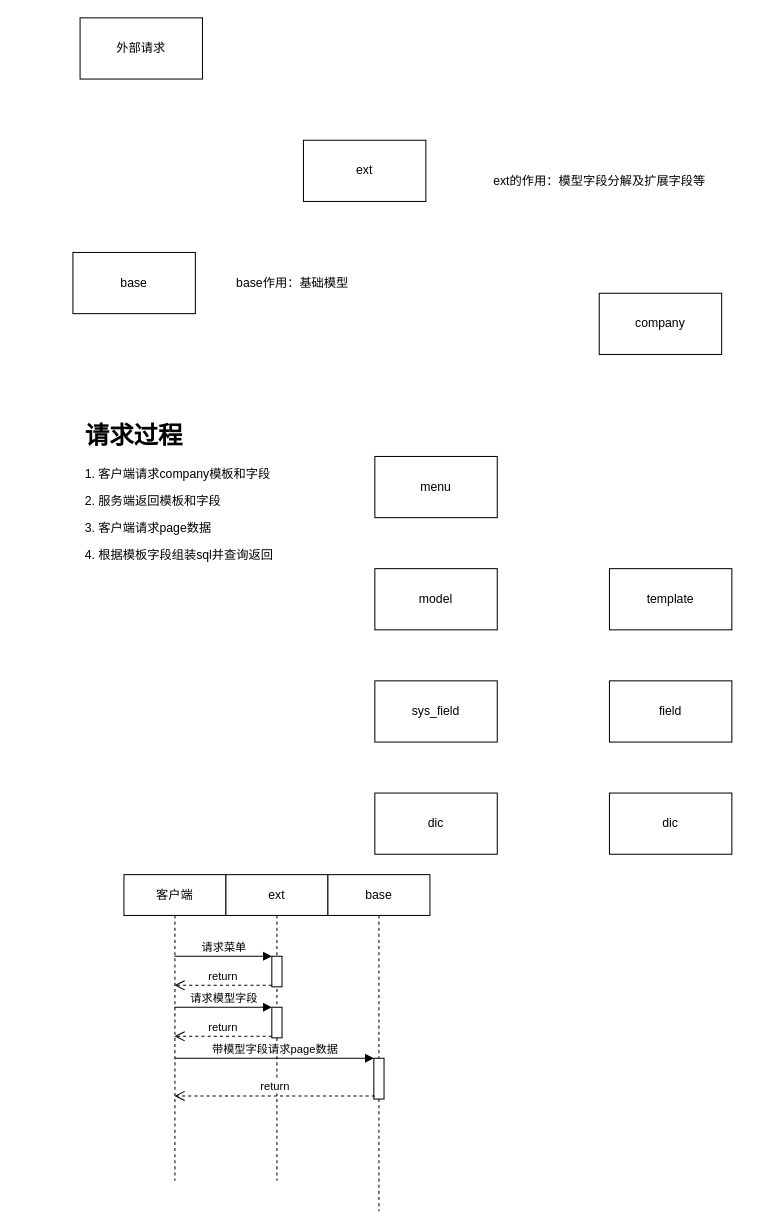
Before: 自定义字段.drawio in lipeng260/drawio, a draw.io diagram. Source tidied: cells renumbered, new cells numbered last; positions are measured from the earlier drawing's top-left corner, leaving out a move shared by most shapes. Both pictures are drawn from the tidied source at 102%, with x=0, y=0 at pixel (72, 17).
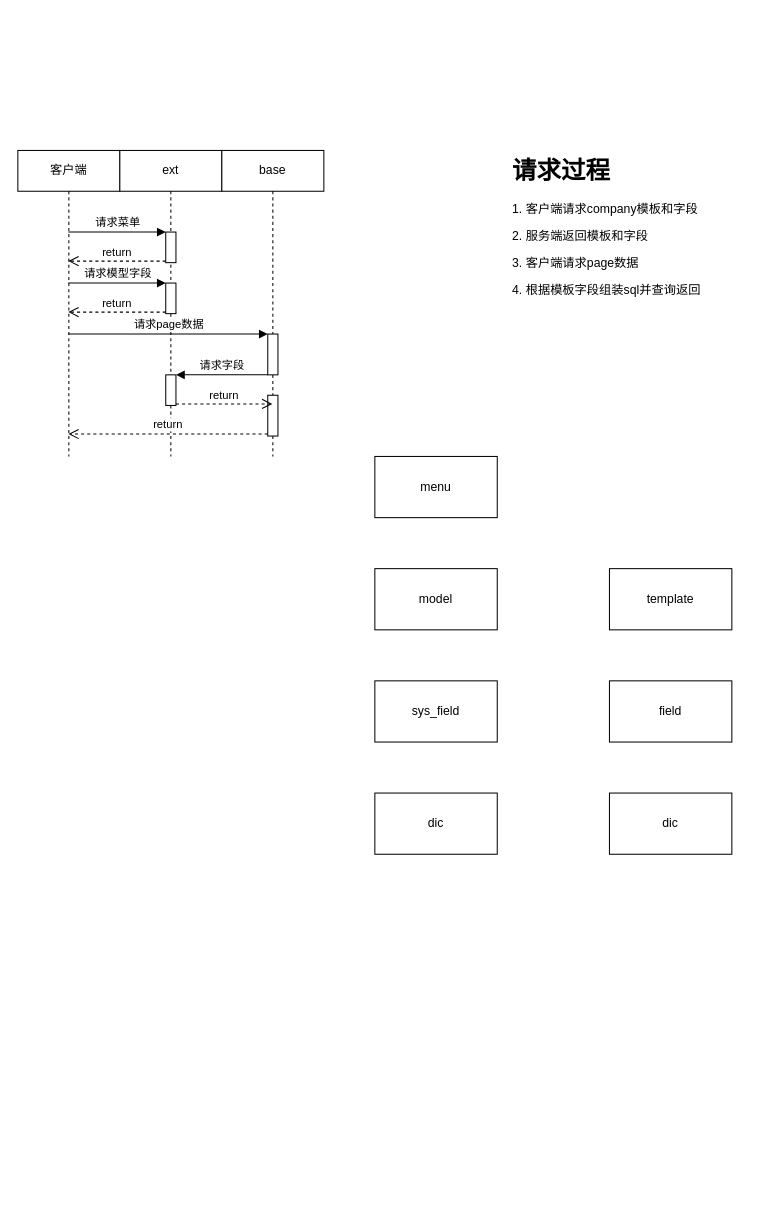
The same diagram, later.

Commit message (it also covers changes not shown here):
更新自定义字段.drawio

The change refers to these unchanged cells:
```xml
<mxCell id="21" style="html=1;points=[];perimeter=orthogonalPerimeter;" parent="20" vertex="1">
  <mxGeometry x="45" y="180" width="10" height="40" as="geometry" />
</mxCell>
```

What changed in the source:
```diff
@@
-    <mxCell id="2" value="ext" style="rounded=0;whiteSpace=wrap;html=1;" parent="1" vertex="1">
-      <mxGeometry x="226" y="120" width="120" height="60" as="geometry" />
-    </mxCell>
-    <mxCell id="3" value="base" style="rounded=0;whiteSpace=wrap;html=1;" parent="1" vertex="1">
-      <mxGeometry y="230" width="120" height="60" as="geometry" />
-    </mxCell>
-    <mxCell id="4" value="外部请求" style="rounded=0;whiteSpace=wrap;html=1;" parent="1" vertex="1">
-      <mxGeometry x="7" width="120" height="60" as="geometry" />
-    </mxCell>
-    <mxCell id="5" value="ext的作用：模型字段分解及扩展字段等" style="text;html=1;align=center;verticalAlign=middle;" parent="1" vertex="1">
-      <mxGeometry x="406" y="150" width="220" height="20" as="geometry" />
-    </mxCell>
-    <mxCell id="6" value="base作用：基础模型" style="text;html=1;align=center;verticalAlign=middle;" parent="1" vertex="1">
-      <mxGeometry x="150" y="250" width="130" height="20" as="geometry" />
-    </mxCell>
@@
-    <mxCell id="12" value="company" style="rounded=0;whiteSpace=wrap;html=1;" parent="1" vertex="1">
-      <mxGeometry x="516" y="270" width="120" height="60" as="geometry" />
-    </mxCell>
     <mxCell id="13" value="&lt;h1&gt;请求过程&lt;/h1&gt;&lt;p&gt;1. 客户端请求company模板和字段&lt;/p&gt;&lt;p&gt;2. 服务端返回模板和字段&lt;/p&gt;&lt;p&gt;3. 客户端请求page数据&lt;/p&gt;&lt;p&gt;4. 根据模板字段组装sql并查询返回&lt;/p&gt;" style="text;html=1;strokeColor=none;fillColor=none;spacing=5;spacingTop=-20;whiteSpace=wrap;overflow=hidden;rounded=0;" parent="1" vertex="1">
-      <mxGeometry x="7" y="390" width="229" height="260" as="geometry" />
+      <mxGeometry x="426" y="130" width="229" height="260" as="geometry" />
     </mxCell>
@@
     <mxCell id="16" value="客户端" style="shape=umlLifeline;perimeter=lifelinePerimeter;whiteSpace=wrap;html=1;outlineConnect=0;" parent="1" vertex="1">
-      <mxGeometry x="50" y="840" width="100" height="300" as="geometry" />
+      <mxGeometry x="-54" y="130" width="100" height="300" as="geometry" />
     </mxCell>
     <mxCell id="17" value="ext" style="shape=umlLifeline;perimeter=lifelinePerimeter;whiteSpace=wrap;html=1;" parent="1" vertex="1">
-      <mxGeometry x="150" y="840" width="100" height="300" as="geometry" />
+      <mxGeometry x="46" y="130" width="100" height="300" as="geometry" />
     </mxCell>
@@
+    <mxCell id="28" style="html=1;points=[];perimeter=orthogonalPerimeter;" parent="17" vertex="1">
+      <mxGeometry x="45" y="220" width="10" height="30" as="geometry" />
+    </mxCell>
     <mxCell id="20" value="base" style="shape=umlLifeline;perimeter=lifelinePerimeter;whiteSpace=wrap;html=1;outlineConnect=0;" parent="1" vertex="1">
-      <mxGeometry x="250" y="840" width="100" height="330" as="geometry" />
+      <mxGeometry x="146" y="130" width="100" height="300" as="geometry" />
     </mxCell>
@@
+    <mxCell id="29" style="html=1;points=[];perimeter=orthogonalPerimeter;" parent="20" vertex="1">
+      <mxGeometry x="45" y="240" width="10" height="40" as="geometry" />
+    </mxCell>
@@
-    <mxCell id="26" value="带模型字段请求page数据" style="html=1;verticalAlign=bottom;endArrow=block;entryX=0;entryY=0;" parent="1" edge="1" source="16" target="21">
+    <mxCell id="26" value="请求page数据" style="html=1;verticalAlign=bottom;endArrow=block;entryX=0;entryY=0;" parent="1" edge="1" source="16" target="21">
       <mxGeometry relative="1" as="geometry" />
     </mxCell>
+    <mxCell id="30" value="请求字段" style="html=1;verticalAlign=bottom;endArrow=block;entryX=1;entryY=0;" parent="1" edge="1" source="21" target="28">
+      <mxGeometry relative="1" as="geometry" />
+    </mxCell>
+    <mxCell id="31" value="return" style="html=1;verticalAlign=bottom;endArrow=open;dashed=1;endSize=8;exitX=1;exitY=0.95;" parent="1" edge="1" source="28" target="20">
+      <mxGeometry relative="1" as="geometry" />
+    </mxCell>
-    <mxCell id="27" value="return" style="html=1;verticalAlign=bottom;endArrow=open;dashed=1;endSize=8;exitX=0.1;exitY=0.925;exitDx=0;exitDy=0;exitPerimeter=0;" parent="1" edge="1" source="21" target="16">
+    <mxCell id="27" value="return" style="html=1;verticalAlign=bottom;endArrow=open;dashed=1;endSize=8;exitX=0;exitY=0.95;" parent="1" edge="1" source="29" target="16">
       <mxGeometry relative="1" as="geometry" />
     </mxCell>
```
